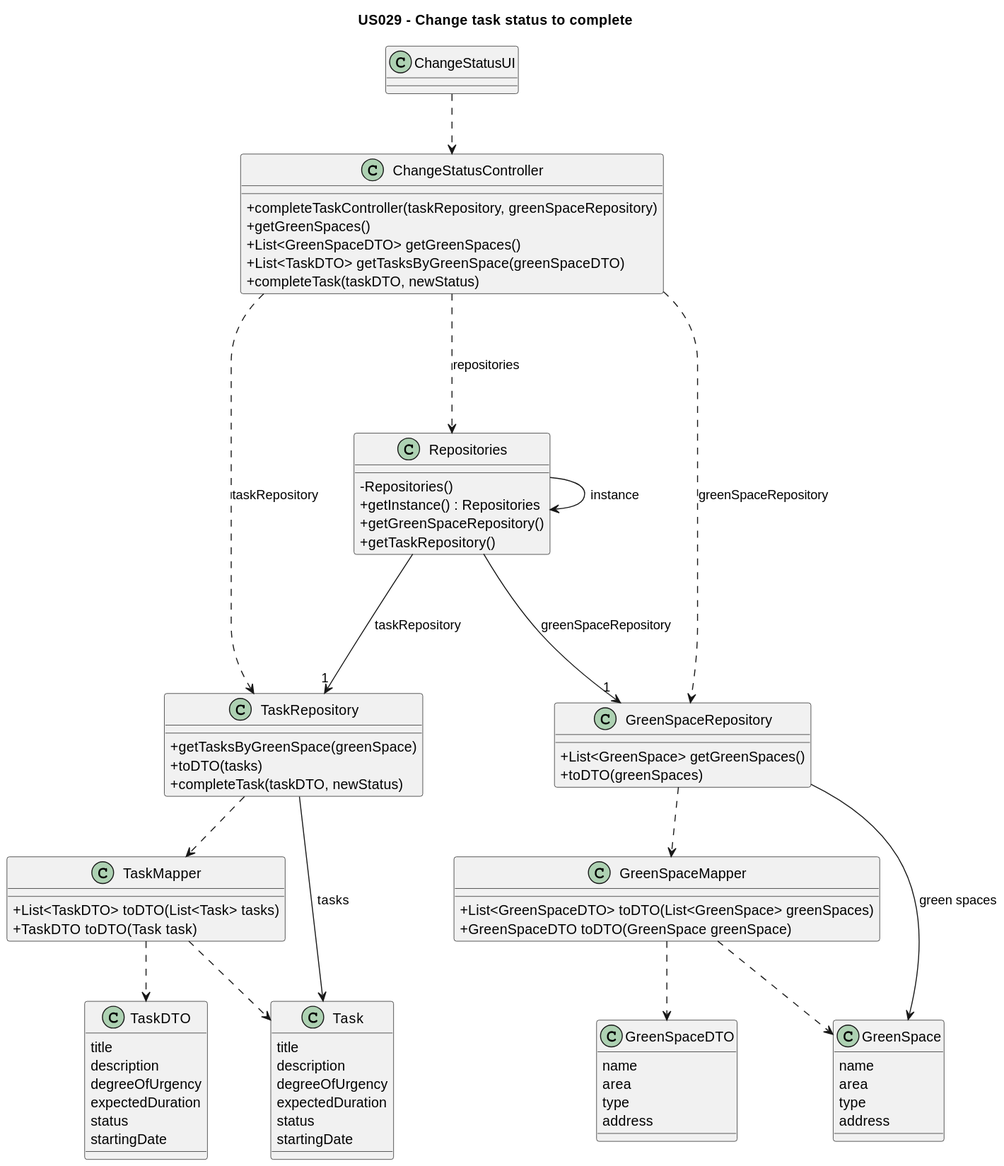
This is docs/sprintC/us029/03.design/svg/us029-class-diagram.svg from Departamento-de-Engenharia-Informatica/lei-24-s2-1dm-g132, a PlantUML export, as it was before one commit.
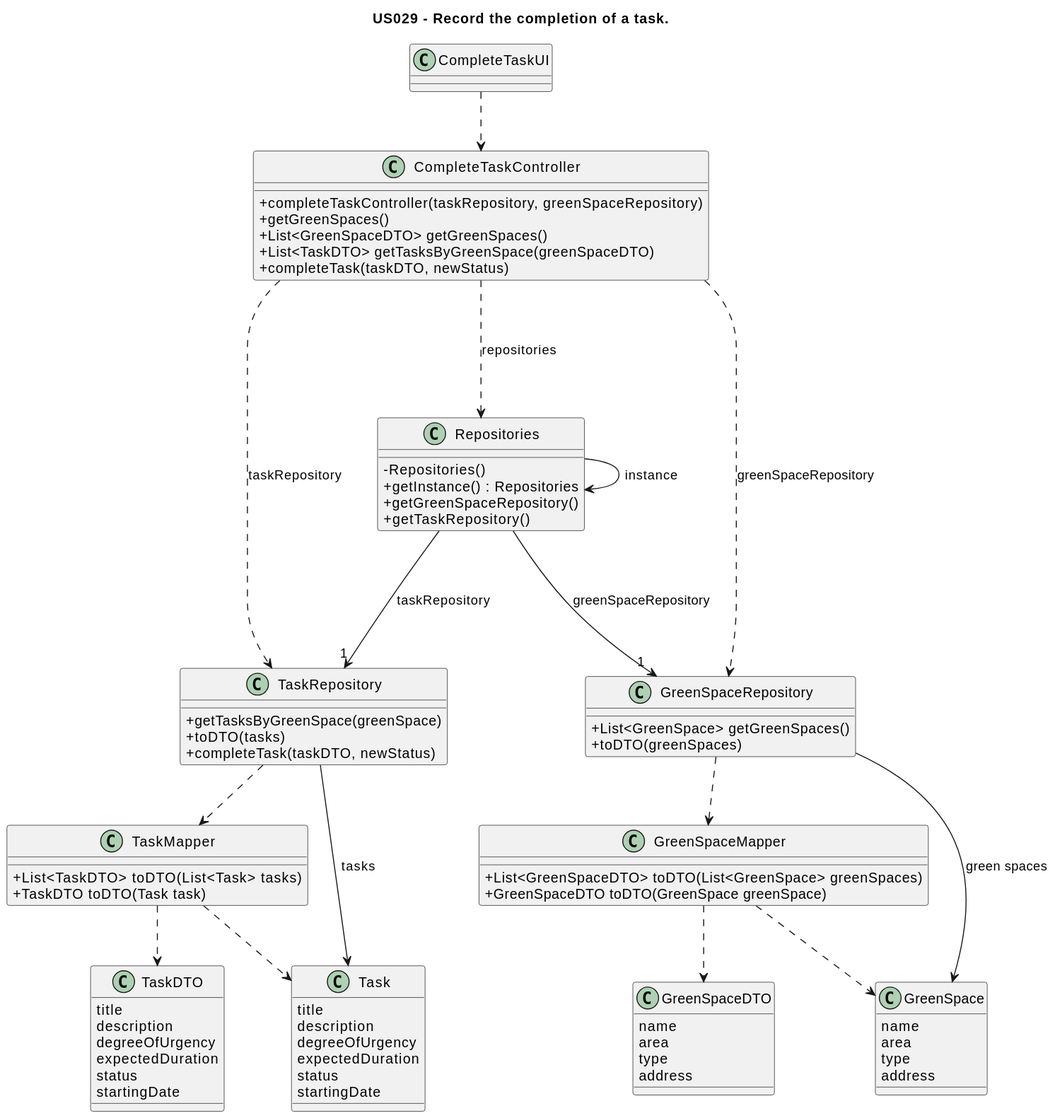
After the change.

What changed in the source:
```diff
@@ -7,12 +7,12 @@
        skinparam classAttributeIconSize 0
 
 
-       title US029 - Change task status to complete
+       title US029 - Record the completion of a task.
 
-       class ChangeStatusUI {
+       class CompleteTaskUI {
        }
 
-       class ChangeStatusController {
+       class CompleteTaskController {
            + completeTaskController(taskRepository, greenSpaceRepository)
            + getGreenSpaces()
            + List<GreenSpaceDTO> getGreenSpaces()
@@ -82,10 +82,10 @@
            address
        }
 
-       ChangeStatusUI ..> ChangeStatusController
-       ChangeStatusController ...> Repositories: repositories
-       ChangeStatusController ..> TaskRepository: taskRepository
-       ChangeStatusController ..> GreenSpaceRepository: greenSpaceRepository
+       CompleteTaskUI ..> CompleteTaskController
+       CompleteTaskController ...> Repositories: repositories
+       CompleteTaskController ..> TaskRepository: taskRepository
+       CompleteTaskController ..> GreenSpaceRepository: greenSpaceRepository
 
        Repositories -> Repositories : instance
        Repositories ---> "1" TaskRepository: taskRepository
```
